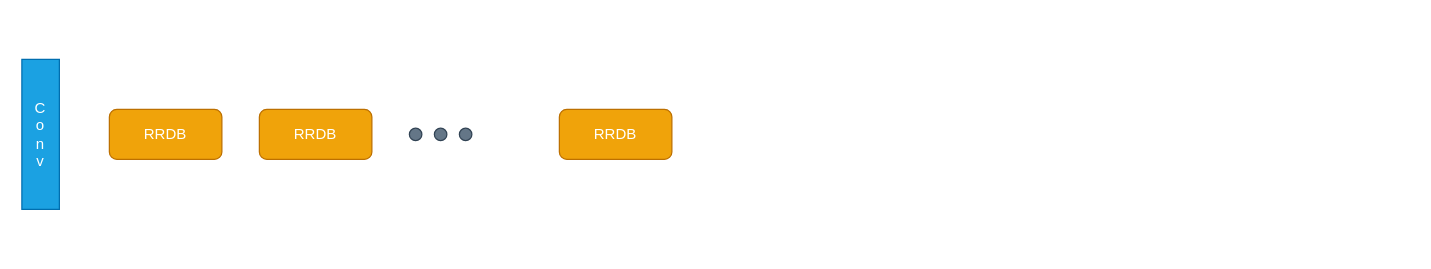
zhaoyangkun/draw.io keeps this draw.io diagram as RS-ESRGAN-generator.drawio. Above is the earlier version. Source tidied: cells renumbered, new cells numbered last; positions are measured from the earlier drawing's top-left corner, leaving out a move shared by most shapes. Both pictures are drawn from the tidied source at 125%, with x=0, y=0 at pixel (21, 59). Pictures stored in the file or linked from it are replaced by grey dashed boxes.
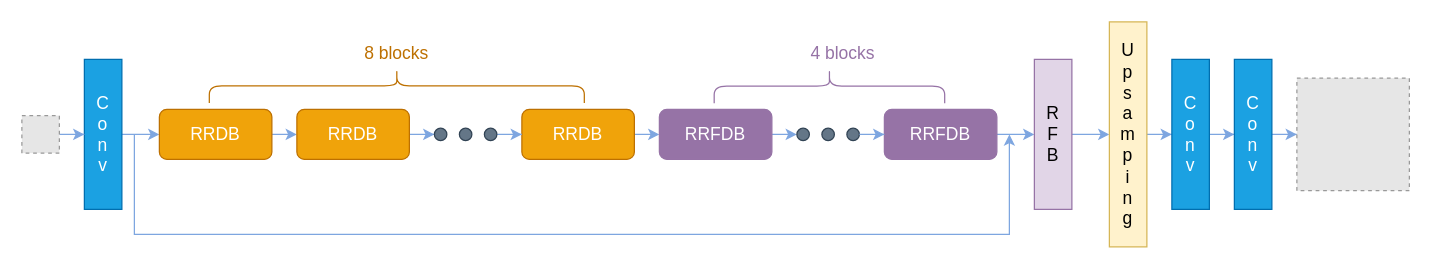
The same diagram, later.

What changed in the source:
```diff
@@
+    <mxCell id="9" style="edgeStyle=orthogonalEdgeStyle;rounded=0;jettySize=auto;html=1;entryX=0;entryY=0.5;entryDx=0;entryDy=0;fontColor=#FFFFFF;fontSize=14;strokeColor=#7EA6E0;" parent="1" edge="1" source="2" target="3">
+      <mxGeometry relative="1" as="geometry" />
+    </mxCell>
-    <mxCell id="2" value="C&lt;br&gt;o&lt;br&gt;n&lt;br&gt;v" style="rounded=0;whiteSpace=wrap;html=1;fillColor=#1ba1e2;fontColor=#ffffff;strokeColor=#006EAF;" parent="1" vertex="1">
-      <mxGeometry width="30" height="120" as="geometry" />
+    <mxCell id="2" value="C&lt;br style=&quot;font-size: 14px;&quot;&gt;o&lt;br style=&quot;font-size: 14px;&quot;&gt;n&lt;br style=&quot;font-size: 14px;&quot;&gt;v" style="rounded=0;whiteSpace=wrap;html=1;fillColor=#1ba1e2;fontColor=#ffffff;strokeColor=#006EAF;fontSize=14;" parent="1" vertex="1">
+      <mxGeometry x="50" width="30" height="120" as="geometry" />
     </mxCell>
+    <mxCell id="10" style="edgeStyle=orthogonalEdgeStyle;rounded=0;jettySize=auto;html=1;exitX=1;exitY=0.5;exitDx=0;exitDy=0;entryX=0;entryY=0.5;entryDx=0;entryDy=0;fontColor=#FFFFFF;fontSize=14;strokeColor=#7EA6E0;" parent="1" edge="1" source="3" target="4">
+      <mxGeometry relative="1" as="geometry" />
+    </mxCell>
+    <mxCell id="11" style="edgeStyle=orthogonalEdgeStyle;rounded=0;orthogonalLoop=1;jettySize=auto;html=1;fontSize=14;fontColor=#FFFFFF;strokeColor=#7EA6E0;" parent="1" edge="1">
+      <mxGeometry relative="1" as="geometry">
+        <mxPoint x="90" y="60" as="sourcePoint" />
+        <mxPoint x="790" y="60" as="targetPoint" />
+        <Array as="points">
+          <mxPoint x="90" y="140" />
+          <mxPoint x="790" y="140" />
+        </Array>
+      </mxGeometry>
+    </mxCell>
-    <mxCell id="3" value="&lt;font color=&quot;#ffffff&quot;&gt;RRDB&lt;/font&gt;" style="rounded=1;whiteSpace=wrap;html=1;fillColor=#f0a30a;strokeColor=#BD7000;fontColor=#000000;" parent="1" vertex="1">
-      <mxGeometry x="70" y="40" width="90" height="40" as="geometry" />
+    <mxCell id="3" value="&lt;font color=&quot;#ffffff&quot; style=&quot;font-size: 14px;&quot;&gt;RRDB&lt;/font&gt;" style="rounded=1;whiteSpace=wrap;html=1;fillColor=#f0a30a;strokeColor=#BD7000;fontColor=#000000;fontSize=14;" parent="1" vertex="1">
+      <mxGeometry x="110" y="40" width="90" height="40" as="geometry" />
     </mxCell>
+    <mxCell id="12" style="edgeStyle=orthogonalEdgeStyle;rounded=0;jettySize=auto;html=1;entryX=0;entryY=0.5;entryDx=0;entryDy=0;fontColor=#FFFFFF;fontSize=14;strokeColor=#7EA6E0;" parent="1" edge="1" source="4" target="6">
+      <mxGeometry relative="1" as="geometry" />
+    </mxCell>
-    <mxCell id="4" value="&lt;font color=&quot;#ffffff&quot;&gt;RRDB&lt;/font&gt;" style="rounded=1;whiteSpace=wrap;html=1;fillColor=#f0a30a;strokeColor=#BD7000;fontColor=#000000;" parent="1" vertex="1">
-      <mxGeometry x="190" y="40" width="90" height="40" as="geometry" />
+    <mxCell id="4" value="&lt;font color=&quot;#ffffff&quot; style=&quot;font-size: 14px;&quot;&gt;RRDB&lt;/font&gt;" style="rounded=1;whiteSpace=wrap;html=1;fillColor=#f0a30a;strokeColor=#BD7000;fontColor=#000000;fontSize=14;" parent="1" vertex="1">
+      <mxGeometry x="220" y="40" width="90" height="40" as="geometry" />
     </mxCell>
+    <mxCell id="13" style="edgeStyle=orthogonalEdgeStyle;rounded=0;jettySize=auto;html=1;exitX=1;exitY=0.5;exitDx=0;exitDy=0;entryX=0;entryY=0.5;entryDx=0;entryDy=0;fontColor=#FFFFFF;fontSize=14;strokeColor=#7EA6E0;" parent="1" edge="1" source="5" target="16">
+      <mxGeometry relative="1" as="geometry" />
+    </mxCell>
-    <mxCell id="5" value="&lt;font color=&quot;#ffffff&quot;&gt;RRDB&lt;/font&gt;" style="rounded=1;whiteSpace=wrap;html=1;fillColor=#f0a30a;strokeColor=#BD7000;fontColor=#000000;" parent="1" vertex="1">
-      <mxGeometry x="430" y="40" width="90" height="40" as="geometry" />
+    <mxCell id="5" value="&lt;font color=&quot;#ffffff&quot; style=&quot;font-size: 14px;&quot;&gt;RRDB&lt;/font&gt;" style="rounded=1;whiteSpace=wrap;html=1;fillColor=#f0a30a;strokeColor=#BD7000;fontColor=#000000;fontSize=14;" parent="1" vertex="1">
+      <mxGeometry x="400" y="40" width="90" height="40" as="geometry" />
     </mxCell>
+    <mxCell id="14" style="edgeStyle=orthogonalEdgeStyle;rounded=0;jettySize=auto;html=1;entryX=0;entryY=0.5;entryDx=0;entryDy=0;fontColor=#FFFFFF;fontSize=14;strokeColor=#7EA6E0;" parent="1" edge="1" source="7" target="5">
+      <mxGeometry relative="1" as="geometry" />
+    </mxCell>
+    <mxCell id="15" style="edgeStyle=orthogonalEdgeStyle;rounded=0;jettySize=auto;html=1;exitX=1;exitY=0.5;exitDx=0;exitDy=0;entryX=0;entryY=0.5;entryDx=0;entryDy=0;fontColor=#FFFFFF;fontSize=14;strokeColor=#7EA6E0;" parent="1" edge="1" source="16" target="18">
+      <mxGeometry relative="1" as="geometry" />
+    </mxCell>
+    <mxCell id="16" value="&lt;font color=&quot;#ffffff&quot; style=&quot;font-size: 14px;&quot;&gt;RRFDB&lt;/font&gt;" style="rounded=1;whiteSpace=wrap;html=1;fillColor=#9673A6;strokeColor=#9673a6;fontSize=14;" parent="1" vertex="1">
+      <mxGeometry x="510" y="40" width="90" height="40" as="geometry" />
+    </mxCell>
+    <mxCell id="17" style="group;fontSize=14;" parent="1" vertex="1">
+      <mxGeometry x="620" y="55" width="50" height="10" as="geometry" />
+    </mxCell>
+    <mxCell id="18" style="ellipse;whiteSpace=wrap;html=1;rounded=1;fontColor=#ffffff;fillColor=#647687;strokeColor=#314354;align=left;flipV=0;flipH=0;fontSize=14;" parent="17" vertex="1">
+      <mxGeometry width="10" height="10" as="geometry" />
+    </mxCell>
+    <mxCell id="19" style="ellipse;whiteSpace=wrap;html=1;rounded=1;fontColor=#ffffff;fillColor=#647687;strokeColor=#314354;align=left;flipV=0;flipH=0;fontSize=14;" parent="17" vertex="1">
+      <mxGeometry x="20" width="10" height="10" as="geometry" />
+    </mxCell>
+    <mxCell id="20" style="ellipse;whiteSpace=wrap;html=1;rounded=1;fontColor=#ffffff;fillColor=#647687;strokeColor=#314354;align=left;flipV=0;flipH=0;fontSize=14;" parent="17" vertex="1">
+      <mxGeometry x="40" width="10" height="10" as="geometry" />
+    </mxCell>
+    <mxCell id="21" style="edgeStyle=orthogonalEdgeStyle;rounded=0;jettySize=auto;html=1;fontSize=14;fontColor=#FFFFFF;strokeColor=#7EA6E0;" parent="1" edge="1" source="22" target="26">
+      <mxGeometry relative="1" as="geometry" />
+    </mxCell>
+    <mxCell id="22" value="&lt;font color=&quot;#ffffff&quot; style=&quot;font-size: 14px;&quot;&gt;RRFDB&lt;/font&gt;" style="rounded=1;whiteSpace=wrap;html=1;fillColor=#9673A6;strokeColor=#9673a6;fontSize=14;" parent="1" vertex="1">
+      <mxGeometry x="690" y="40" width="90" height="40" as="geometry" />
+    </mxCell>
+    <mxCell id="23" style="edgeStyle=orthogonalEdgeStyle;rounded=0;jettySize=auto;html=1;exitX=1;exitY=0.5;exitDx=0;exitDy=0;fontColor=#FFFFFF;fontSize=14;strokeColor=#7EA6E0;" parent="1" edge="1" source="20" target="22">
+      <mxGeometry relative="1" as="geometry" />
+    </mxCell>
+    <mxCell id="24" style="group;fontSize=14;" parent="1" vertex="1">
+      <mxGeometry x="330" y="55" width="50" height="10" as="geometry" />
+    </mxCell>
-    <mxCell id="6" style="ellipse;whiteSpace=wrap;html=1;rounded=1;fontColor=#ffffff;fillColor=#647687;strokeColor=#314354;align=left;" parent="1" vertex="1">
-      <mxGeometry x="310" y="55" width="10" height="10" as="geometry" />
+    <mxCell id="6" style="ellipse;whiteSpace=wrap;html=1;rounded=1;fontColor=#ffffff;fillColor=#647687;strokeColor=#314354;align=left;fontSize=14;" parent="24" vertex="1">
+      <mxGeometry width="10" height="10" as="geometry" />
     </mxCell>
-    <mxCell id="7" style="ellipse;whiteSpace=wrap;html=1;rounded=1;fontColor=#ffffff;fillColor=#647687;strokeColor=#314354;align=left;" parent="1" vertex="1">
-      <mxGeometry x="350" y="55" width="10" height="10" as="geometry" />
+    <mxCell id="7" style="ellipse;whiteSpace=wrap;html=1;rounded=1;fontColor=#ffffff;fillColor=#647687;strokeColor=#314354;align=left;fontSize=14;" parent="24" vertex="1">
+      <mxGeometry x="40" width="10" height="10" as="geometry" />
     </mxCell>
-    <mxCell id="8" style="ellipse;whiteSpace=wrap;html=1;rounded=1;fontColor=#ffffff;fillColor=#647687;strokeColor=#314354;align=left;" parent="1" vertex="1">
-      <mxGeometry x="330" y="55" width="10" height="10" as="geometry" />
+    <mxCell id="8" style="ellipse;whiteSpace=wrap;html=1;rounded=1;fontColor=#ffffff;fillColor=#647687;strokeColor=#314354;align=left;fontSize=14;" parent="24" vertex="1">
+      <mxGeometry x="20" width="10" height="10" as="geometry" />
     </mxCell>
+    <mxCell id="25" style="edgeStyle=orthogonalEdgeStyle;rounded=0;jettySize=auto;html=1;fontSize=14;fontColor=#FFFFFF;strokeColor=#7EA6E0;" parent="1" edge="1" source="26" target="28">
+      <mxGeometry relative="1" as="geometry" />
+    </mxCell>
+    <mxCell id="26" value="R&lt;br style=&quot;font-size: 14px;&quot;&gt;F&lt;br style=&quot;font-size: 14px;&quot;&gt;B" style="rounded=0;whiteSpace=wrap;html=1;fillColor=#e1d5e7;strokeColor=#9673a6;fontSize=14;" parent="1" vertex="1">
+      <mxGeometry x="810" width="30" height="120" as="geometry" />
+    </mxCell>
+    <mxCell id="27" style="edgeStyle=orthogonalEdgeStyle;rounded=0;jettySize=auto;html=1;entryX=0;entryY=0.5;entryDx=0;entryDy=0;fontSize=14;fontColor=#FFFFFF;strokeColor=#7EA6E0;" parent="1" edge="1" source="28" target="30">
+      <mxGeometry relative="1" as="geometry" />
+    </mxCell>
+    <mxCell id="28" value="U&lt;br&gt;p&lt;br&gt;s&lt;br&gt;a&lt;br&gt;m&lt;br&gt;p&lt;br&gt;i&lt;br&gt;n&lt;br&gt;g" style="rounded=0;whiteSpace=wrap;html=1;fillColor=#fff2cc;strokeColor=#d6b656;fontSize=14;" parent="1" vertex="1">
+      <mxGeometry x="870" y="-30" width="30" height="180" as="geometry" />
+    </mxCell>
+    <mxCell id="29" style="edgeStyle=orthogonalEdgeStyle;rounded=0;jettySize=auto;html=1;entryX=0;entryY=0.5;entryDx=0;entryDy=0;fontSize=14;fontColor=#FFFFFF;strokeColor=#7EA6E0;" parent="1" edge="1" source="30" target="32">
+      <mxGeometry relative="1" as="geometry" />
+    </mxCell>
+    <mxCell id="30" value="C&lt;br style=&quot;font-size: 14px;&quot;&gt;o&lt;br style=&quot;font-size: 14px;&quot;&gt;n&lt;br style=&quot;font-size: 14px;&quot;&gt;v" style="rounded=0;whiteSpace=wrap;html=1;fillColor=#1ba1e2;fontColor=#ffffff;strokeColor=#006EAF;fontSize=14;" parent="1" vertex="1">
+      <mxGeometry x="920" width="30" height="120" as="geometry" />
+    </mxCell>
+    <mxCell id="31" style="edgeStyle=orthogonalEdgeStyle;rounded=0;jettySize=auto;html=1;fontSize=14;fontColor=#FFFFFF;strokeColor=#7EA6E0;" parent="1" edge="1" source="32" target="35">
+      <mxGeometry relative="1" as="geometry" />
+    </mxCell>
+    <mxCell id="32" value="C&lt;br style=&quot;font-size: 14px;&quot;&gt;o&lt;br style=&quot;font-size: 14px;&quot;&gt;n&lt;br style=&quot;font-size: 14px;&quot;&gt;v" style="rounded=0;whiteSpace=wrap;html=1;fillColor=#1ba1e2;fontColor=#ffffff;strokeColor=#006EAF;fontSize=14;" parent="1" vertex="1">
+      <mxGeometry x="970" width="30" height="120" as="geometry" />
+    </mxCell>
+    <mxCell id="33" style="edgeStyle=orthogonalEdgeStyle;rounded=0;jettySize=auto;html=1;entryX=0;entryY=0.5;entryDx=0;entryDy=0;fontSize=14;fontColor=#FFFFFF;strokeColor=#7EA6E0;" parent="1" edge="1" source="34" target="2">
+      <mxGeometry relative="1" as="geometry" />
+    </mxCell>
+    <mxCell id="34" style="fillColor=#E6E6E6;strokeColor=#999999;dashed=1;verticalLabelPosition=bottom;labelBackgroundColor=default;verticalAlign=top;" parent="1" vertex="1">
+      <mxGeometry y="45" width="30" height="30" as="geometry" />
+    </mxCell>
+    <mxCell id="35" style="fillColor=#E6E6E6;strokeColor=#999999;dashed=1;verticalLabelPosition=bottom;labelBackgroundColor=default;verticalAlign=top;" parent="1" vertex="1">
+      <mxGeometry x="1020" y="15" width="90" height="90" as="geometry" />
+    </mxCell>
+    <mxCell id="36" style="shape=curlyBracket;whiteSpace=wrap;html=1;rounded=1;fontSize=14;fontColor=#000000;fillColor=#e3c800;rotation=90;strokeColor=#BD7000;" parent="1" vertex="1">
+      <mxGeometry x="286.2" y="-128.8" width="27.5" height="300" as="geometry" />
+    </mxCell>
+    <mxCell id="37" value="&lt;font color=&quot;#bd7000&quot;&gt;8 blocks&lt;/font&gt;" style="text;html=1;strokeColor=none;fillColor=none;align=center;verticalAlign=middle;whiteSpace=wrap;rounded=0;fontSize=14;fontColor=#FFFFFF;" parent="1" vertex="1">
+      <mxGeometry x="263" y="-20" width="74" height="30" as="geometry" />
+    </mxCell>
+    <mxCell id="38" value="&lt;font color=&quot;#9673a6&quot;&gt;4 blocks&lt;/font&gt;" style="text;html=1;strokeColor=none;fillColor=none;align=center;verticalAlign=middle;whiteSpace=wrap;rounded=0;fontSize=14;fontColor=#FFFFFF;" parent="1" vertex="1">
+      <mxGeometry x="620" y="-20" width="74" height="30" as="geometry" />
+    </mxCell>
+    <mxCell id="39" style="shape=curlyBracket;whiteSpace=wrap;html=1;rounded=1;fontSize=14;fontColor=#000000;fillColor=#e3c800;rotation=90;strokeColor=#9673A6;" parent="1" vertex="1">
+      <mxGeometry x="632.3" y="-70.9" width="27.5" height="184.4" as="geometry" />
+    </mxCell>
```
